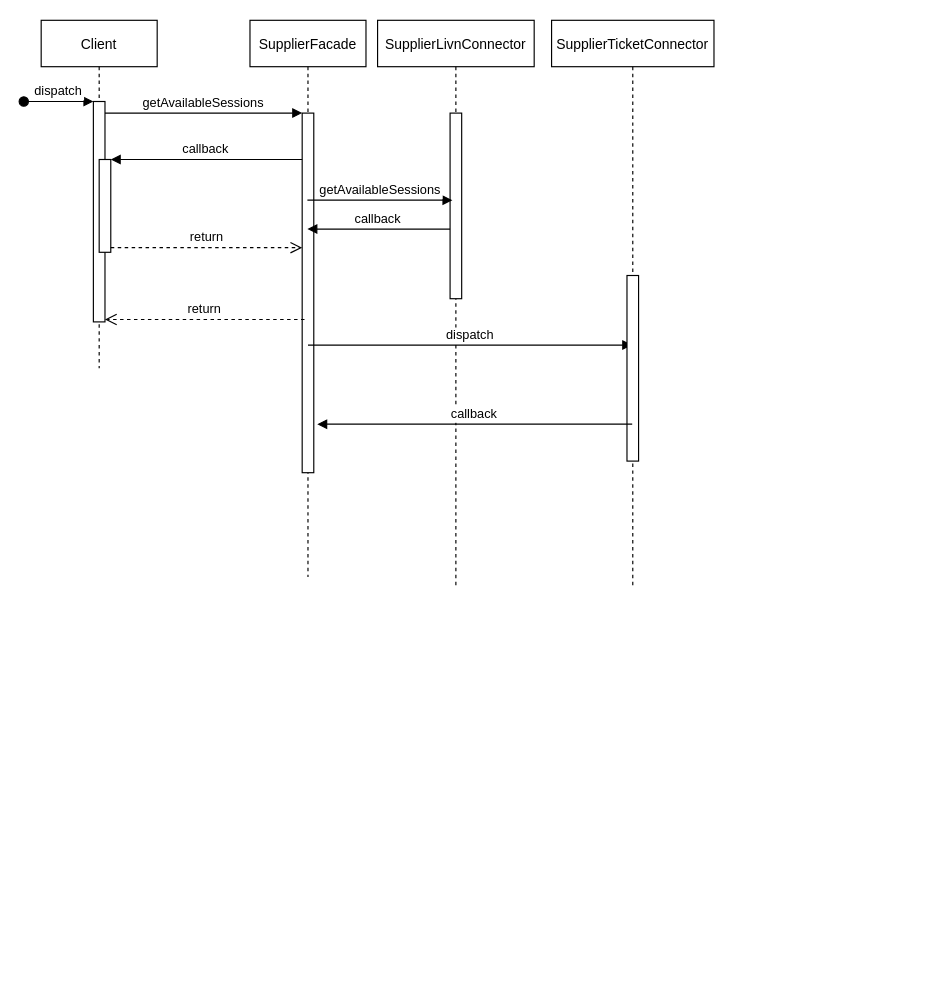
The draw.io diagram Untitled Diagram.drawio in gcijuentes/proyectos, before the edit. Source tidied: cells renumbered, new cells numbered last; positions are measured from the earlier drawing's top-left corner, leaving out a move shared by most shapes. Both pictures are drawn from the tidied source at 116%, with x=0, y=0 at pixel (23, 20).
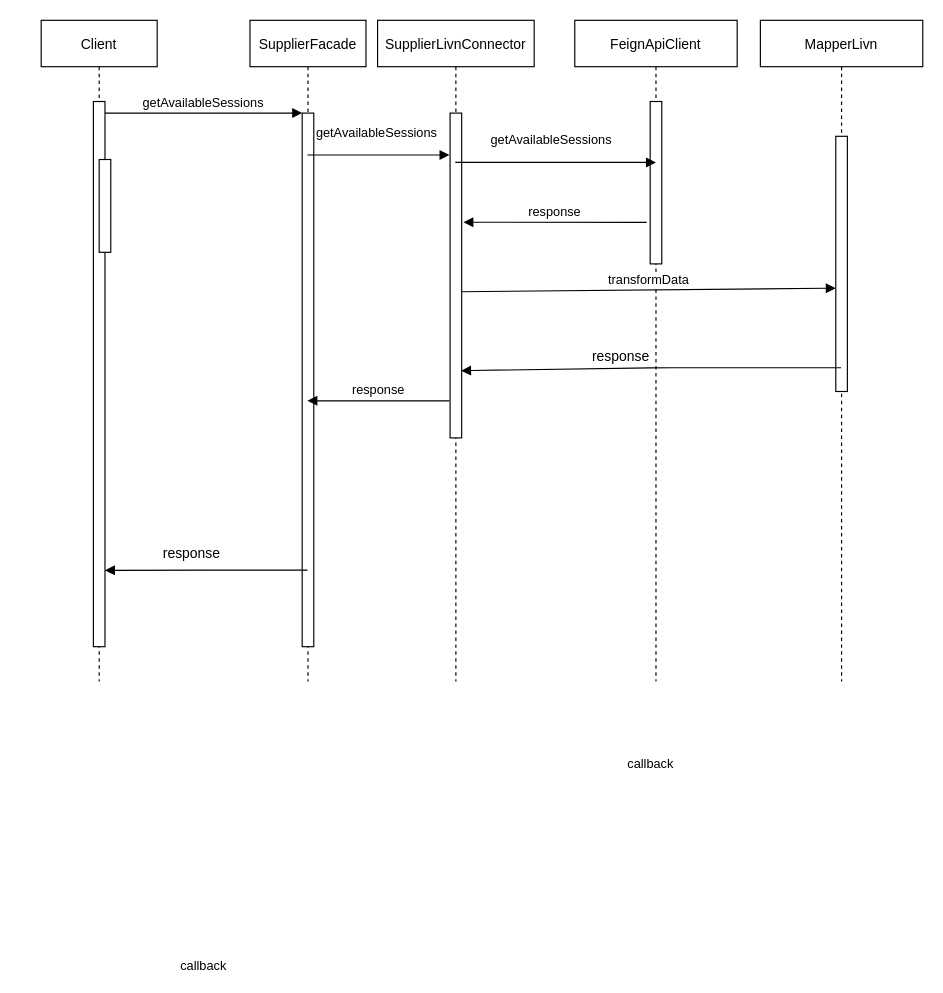
After the change.

The change refers to these unchanged cells:
```xml
<mxCell id="5" style="points=[];perimeter=orthogonalPerimeter;rounded=0;shadow=0;strokeWidth=1;" parent="2" vertex="1">
  <mxGeometry x="50" y="120" width="10" height="80" as="geometry" />
</mxCell>
```

Change to the diagram source:
```diff
@@
     <mxCell id="2" value="Client" style="shape=umlLifeline;perimeter=lifelinePerimeter;rounded=0;shadow=0;strokeWidth=1;" parent="1" vertex="1">
-      <mxGeometry x="15" width="100" height="300" as="geometry" />
+      <mxGeometry x="15" width="100" height="570" as="geometry" />
     </mxCell>
     <mxCell id="3" style="points=[];perimeter=orthogonalPerimeter;rounded=0;shadow=0;strokeWidth=1;" parent="2" vertex="1">
-      <mxGeometry x="45" y="70" width="10" height="190" as="geometry" />
+      <mxGeometry x="45" y="70" width="10" height="470" as="geometry" />
     </mxCell>
-    <mxCell id="4" value="dispatch" style="verticalAlign=bottom;startArrow=oval;endArrow=block;startSize=8;shadow=0;strokeWidth=1;" parent="2" edge="1" target="3">
-      <mxGeometry relative="1" as="geometry">
-        <mxPoint x="-15" y="70" as="sourcePoint" />
-      </mxGeometry>
-    </mxCell>
@@
     <mxCell id="6" value="SupplierFacade" style="shape=umlLifeline;perimeter=lifelinePerimeter;rounded=0;shadow=0;strokeWidth=1;" parent="1" vertex="1">
-      <mxGeometry x="195" width="100" height="480" as="geometry" />
+      <mxGeometry x="195" width="100" height="570" as="geometry" />
     </mxCell>
     <mxCell id="7" style="points=[];perimeter=orthogonalPerimeter;rounded=0;shadow=0;strokeWidth=1;" parent="6" vertex="1">
-      <mxGeometry x="45" y="80" width="10" height="310" as="geometry" />
+      <mxGeometry x="45" y="80" width="10" height="460" as="geometry" />
     </mxCell>
-    <mxCell id="8" value="return" style="verticalAlign=bottom;endArrow=open;dashed=1;endSize=8;exitX=0.2;exitY=0.574;shadow=0;strokeWidth=1;exitDx=0;exitDy=0;exitPerimeter=0;" parent="1" edge="1" source="7" target="3">
-      <mxGeometry relative="1" as="geometry" />
-    </mxCell>
@@
-    <mxCell id="10" value="callback" style="verticalAlign=bottom;endArrow=block;entryX=1;entryY=0;shadow=0;strokeWidth=1;" parent="1" edge="1" source="7" target="5">
-      <mxGeometry relative="1" as="geometry" />
+    <mxCell id="10" value="callback" style="verticalAlign=bottom;endArrow=block;entryX=1;entryY=0.86;shadow=0;strokeWidth=1;entryDx=0;entryDy=0;entryPerimeter=0;" parent="1" edge="1" source="6" target="3">
+      <mxGeometry x="0.03" y="350" relative="1" as="geometry">
+        <Array as="points">
+          <mxPoint x="165" y="474" />
+        </Array>
+      </mxGeometry>
     </mxCell>
-    <mxCell id="11" value="return" style="verticalAlign=bottom;endArrow=open;dashed=1;endSize=8;exitX=1;exitY=0.95;shadow=0;strokeWidth=1;" parent="1" edge="1" source="5" target="7">
-      <mxGeometry relative="1" as="geometry" />
-    </mxCell>
     <mxCell id="12" value="SupplierLivnConnector" style="shape=umlLifeline;perimeter=lifelinePerimeter;rounded=0;shadow=0;strokeWidth=1;size=40;" parent="1" vertex="1">
-      <mxGeometry x="305" width="135" height="490" as="geometry" />
+      <mxGeometry x="305" width="135" height="570" as="geometry" />
     </mxCell>
     <mxCell id="13" style="points=[];perimeter=orthogonalPerimeter;rounded=0;shadow=0;strokeWidth=1;" parent="12" vertex="1">
-      <mxGeometry x="62.5" y="80" width="10" height="160" as="geometry" />
+      <mxGeometry x="62.5" y="80" width="10" height="280" as="geometry" />
     </mxCell>
-    <mxCell id="14" value="getAvailableSessions" style="verticalAlign=bottom;endArrow=block;entryX=0.2;entryY=0.469;shadow=0;strokeWidth=1;entryDx=0;entryDy=0;entryPerimeter=0;" parent="1" edge="1" source="6" target="13">
-      <mxGeometry relative="1" as="geometry" />
+    <mxCell id="14" value="getAvailableSessions" style="verticalAlign=bottom;endArrow=block;entryX=-0.05;entryY=0.129;shadow=0;strokeWidth=1;entryDx=0;entryDy=0;entryPerimeter=0;" parent="1" edge="1" source="6" target="13">
+      <mxGeometry x="-0.02" y="10" relative="1" as="geometry" />
     </mxCell>
-    <mxCell id="15" value="SupplierTicketConnector" style="shape=umlLifeline;perimeter=lifelinePerimeter;rounded=0;shadow=0;strokeWidth=1;" parent="1" vertex="1">
-      <mxGeometry x="455" width="140" height="490" as="geometry" />
-    </mxCell>
-    <mxCell id="16" value="callback" style="verticalAlign=bottom;endArrow=block;shadow=0;strokeWidth=1;" parent="1" edge="1" source="13" target="6">
-      <mxGeometry relative="1" as="geometry">
-        <Array as="points">
-          <mxPoint x="275" y="180" />
-        </Array>
-      </mxGeometry>
+    <mxCell id="16" value="response" style="verticalAlign=bottom;endArrow=block;shadow=0;strokeWidth=1;exitX=-0.05;exitY=0.886;exitDx=0;exitDy=0;exitPerimeter=0;" parent="1" edge="1" source="13" target="6">
+      <mxGeometry relative="1" as="geometry" />
     </mxCell>
-    <mxCell id="17" value="dispatch" style="verticalAlign=bottom;endArrow=block;shadow=0;strokeWidth=1;" parent="1" edge="1" target="15">
-      <mxGeometry relative="1" as="geometry">
-        <mxPoint x="245" y="280" as="sourcePoint" />
-      </mxGeometry>
-    </mxCell>
-    <mxCell id="18" style="perimeter=orthogonalPerimeter;rounded=0;shadow=0;strokeWidth=1;" parent="1" vertex="1">
-      <mxGeometry x="520" y="220" width="10" height="160" as="geometry" />
-    </mxCell>
+    <mxCell id="20" value="FeignApiClient" style="shape=umlLifeline;perimeter=lifelinePerimeter;rounded=0;shadow=0;strokeWidth=1;" parent="1" vertex="1">
+      <mxGeometry x="475" width="140" height="570" as="geometry" />
+    </mxCell>
+    <mxCell id="21" style="points=[];perimeter=orthogonalPerimeter;rounded=0;shadow=0;strokeWidth=1;" parent="20" vertex="1">
+      <mxGeometry x="65" y="70" width="10" height="140" as="geometry" />
+    </mxCell>
+    <mxCell id="22" value="getAvailableSessions" style="verticalAlign=bottom;endArrow=block;entryX=0.5;entryY=0.375;shadow=0;strokeWidth=1;entryDx=0;entryDy=0;entryPerimeter=0;" parent="1" edge="1" source="12" target="21">
+      <mxGeometry x="-0.04" y="10" relative="1" as="geometry" />
+    </mxCell>
+    <mxCell id="23" value="MapperLivn" style="shape=umlLifeline;perimeter=lifelinePerimeter;rounded=0;shadow=0;strokeWidth=1;" parent="1" vertex="1">
+      <mxGeometry x="635" width="140" height="570" as="geometry" />
+    </mxCell>
+    <mxCell id="24" style="points=[];perimeter=orthogonalPerimeter;rounded=0;shadow=0;strokeWidth=1;" parent="23" vertex="1">
+      <mxGeometry x="65" y="100" width="10" height="220" as="geometry" />
+    </mxCell>
+    <mxCell id="25" value="transformData" style="verticalAlign=bottom;endArrow=block;shadow=0;strokeWidth=1;exitX=0.95;exitY=0.55;exitDx=0;exitDy=0;exitPerimeter=0;entryX=0;entryY=0.595;entryDx=0;entryDy=0;entryPerimeter=0;" parent="1" edge="1" source="13" target="24">
+      <mxGeometry relative="1" as="geometry" />
+    </mxCell>
+    <mxCell id="26" value="response" style="verticalAlign=bottom;endArrow=block;shadow=0;strokeWidth=1;exitX=-0.3;exitY=0.744;exitDx=0;exitDy=0;exitPerimeter=0;entryX=1.15;entryY=0.336;entryDx=0;entryDy=0;entryPerimeter=0;" parent="1" edge="1" source="21" target="13">
+      <mxGeometry relative="1" as="geometry" />
+    </mxCell>
-    <mxCell id="19" value="callback" style="verticalAlign=bottom;endArrow=block;entryX=1.3;entryY=0.865;shadow=0;strokeWidth=1;entryDx=0;entryDy=0;entryPerimeter=0;" parent="1" edge="1" source="15" target="7">
-      <mxGeometry relative="1" as="geometry" />
+    <mxCell id="19" value="callback" style="verticalAlign=bottom;endArrow=block;entryX=0.95;entryY=0.793;shadow=0;strokeWidth=1;entryDx=0;entryDy=0;entryPerimeter=0;" parent="1" edge="1" source="23" target="13">
+      <mxGeometry x="0.03" y="350" relative="1" as="geometry">
+        <Array as="points">
+          <mxPoint x="550" y="299.5" />
+        </Array>
+      </mxGeometry>
     </mxCell>
+    <mxCell id="27" value="response" style="text;html=1;strokeColor=none;fillColor=none;align=center;verticalAlign=middle;whiteSpace=wrap;rounded=0;" parent="1" vertex="1">
+      <mxGeometry x="125" y="450" width="40" height="20" as="geometry" />
+    </mxCell>
+    <mxCell id="28" value="response" style="text;html=1;strokeColor=none;fillColor=none;align=center;verticalAlign=middle;whiteSpace=wrap;rounded=0;" parent="1" vertex="1">
+      <mxGeometry x="495" y="280" width="40" height="20" as="geometry" />
+    </mxCell>
```
